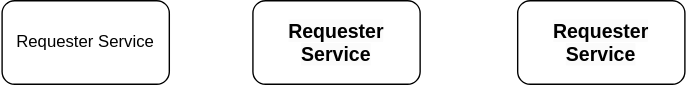
This is images/mlt_arch.svg from jamesvrooney-spring-boot-observability/intro-to-mlt, a draw.io export, as it was before one commit. Source tidied: cells renumbered, new cells last; positions are measured from the earlier drawing's top-left corner, leaving out a move shared by most shapes.
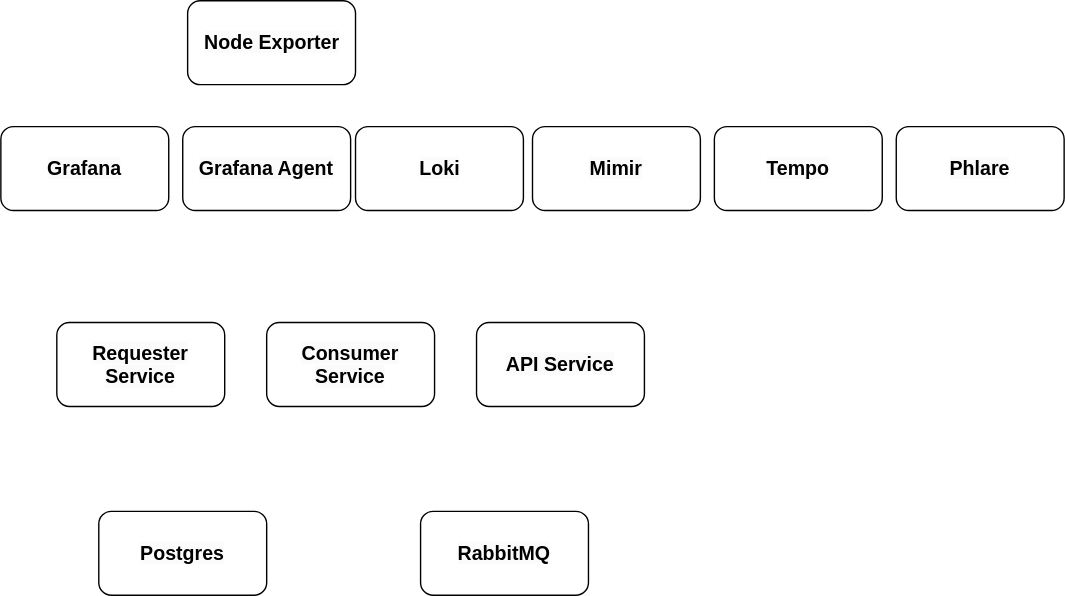
The same diagram one commit later.

Commit message:
Updated architectural diagram.

What changed in the source:
```diff
@@ -2,14 +2,41 @@
   <root>
     <mxCell id="0" />
     <mxCell id="1" parent="0" />
-    <mxCell id="2" value="Requester Service" style="rounded=1;whiteSpace=wrap;html=1;" parent="1" vertex="1">
-      <mxGeometry width="120" height="60" as="geometry" />
-    </mxCell>
-    <mxCell id="3" value="&lt;meta charset=&quot;utf-8&quot;&gt;&lt;span style=&quot;color: rgb(0, 0, 0); font-family: Helvetica; font-size: 14px; font-style: normal; font-variant-ligatures: normal; font-variant-caps: normal; font-weight: 700; letter-spacing: normal; orphans: 2; text-align: center; text-indent: 0px; text-transform: none; widows: 2; word-spacing: 0px; -webkit-text-stroke-width: 0px; background-color: rgb(251, 251, 251); text-decoration-thickness: initial; text-decoration-style: initial; text-decoration-color: initial; float: none; display: inline !important;&quot;&gt;Requester Service&lt;/span&gt;" style="rounded=1;whiteSpace=wrap;html=1;" parent="1" vertex="1">
-      <mxGeometry x="180" width="120" height="60" as="geometry" />
+    <mxCell id="3" value="&lt;span style=&quot;color: rgb(0, 0, 0); font-family: Helvetica; font-size: 14px; font-style: normal; font-variant-ligatures: normal; font-variant-caps: normal; font-weight: 700; letter-spacing: normal; orphans: 2; text-align: center; text-indent: 0px; text-transform: none; widows: 2; word-spacing: 0px; -webkit-text-stroke-width: 0px; background-color: rgb(251, 251, 251); text-decoration-thickness: initial; text-decoration-style: initial; text-decoration-color: initial; float: none; display: inline !important;&quot;&gt;Grafana Agent&lt;/span&gt;" style="rounded=1;whiteSpace=wrap;html=1;" parent="1" vertex="1">
+      <mxGeometry x="90" width="120" height="60" as="geometry" />
     </mxCell>
-    <mxCell id="4" value="&lt;meta charset=&quot;utf-8&quot;&gt;&lt;span style=&quot;color: rgb(0, 0, 0); font-family: Helvetica; font-size: 14px; font-style: normal; font-variant-ligatures: normal; font-variant-caps: normal; font-weight: 700; letter-spacing: normal; orphans: 2; text-align: center; text-indent: 0px; text-transform: none; widows: 2; word-spacing: 0px; -webkit-text-stroke-width: 0px; background-color: rgb(251, 251, 251); text-decoration-thickness: initial; text-decoration-style: initial; text-decoration-color: initial; float: none; display: inline !important;&quot;&gt;Requester Service&lt;/span&gt;" style="rounded=1;whiteSpace=wrap;html=1;" parent="1" vertex="1">
-      <mxGeometry x="370" width="120" height="60" as="geometry" />
+    <mxCell id="4" value="&lt;span style=&quot;color: rgb(0, 0, 0); font-family: Helvetica; font-size: 14px; font-style: normal; font-variant-ligatures: normal; font-variant-caps: normal; font-weight: 700; letter-spacing: normal; orphans: 2; text-align: center; text-indent: 0px; text-transform: none; widows: 2; word-spacing: 0px; -webkit-text-stroke-width: 0px; background-color: rgb(251, 251, 251); text-decoration-thickness: initial; text-decoration-style: initial; text-decoration-color: initial; float: none; display: inline !important;&quot;&gt;Tempo&lt;/span&gt;" style="rounded=1;whiteSpace=wrap;html=1;" parent="1" vertex="1">
+      <mxGeometry x="470" width="120" height="60" as="geometry" />
     </mxCell>
+    <mxCell id="5" value="&lt;span style=&quot;color: rgb(0, 0, 0); font-family: Helvetica; font-size: 14px; font-style: normal; font-variant-ligatures: normal; font-variant-caps: normal; font-weight: 700; letter-spacing: normal; orphans: 2; text-align: center; text-indent: 0px; text-transform: none; widows: 2; word-spacing: 0px; -webkit-text-stroke-width: 0px; background-color: rgb(251, 251, 251); text-decoration-thickness: initial; text-decoration-style: initial; text-decoration-color: initial; float: none; display: inline !important;&quot;&gt;RabbitMQ&lt;/span&gt;" style="rounded=1;whiteSpace=wrap;html=1;" parent="1" vertex="1">
+      <mxGeometry x="260" y="275" width="120" height="60" as="geometry" />
+    </mxCell>
+    <mxCell id="6" value="&lt;span style=&quot;color: rgb(0, 0, 0); font-family: Helvetica; font-size: 14px; font-style: normal; font-variant-ligatures: normal; font-variant-caps: normal; font-weight: 700; letter-spacing: normal; orphans: 2; text-align: center; text-indent: 0px; text-transform: none; widows: 2; word-spacing: 0px; -webkit-text-stroke-width: 0px; background-color: rgb(251, 251, 251); text-decoration-thickness: initial; text-decoration-style: initial; text-decoration-color: initial; float: none; display: inline !important;&quot;&gt;Postgres&lt;/span&gt;" style="rounded=1;whiteSpace=wrap;html=1;" parent="1" vertex="1">
+      <mxGeometry x="30" y="275" width="120" height="60" as="geometry" />
+    </mxCell>
+    <mxCell id="7" value="&lt;span style=&quot;color: rgb(0, 0, 0); font-family: Helvetica; font-size: 14px; font-style: normal; font-variant-ligatures: normal; font-variant-caps: normal; font-weight: 700; letter-spacing: normal; orphans: 2; text-align: center; text-indent: 0px; text-transform: none; widows: 2; word-spacing: 0px; -webkit-text-stroke-width: 0px; background-color: rgb(251, 251, 251); text-decoration-thickness: initial; text-decoration-style: initial; text-decoration-color: initial; float: none; display: inline !important;&quot;&gt;API Service&lt;/span&gt;" style="rounded=1;whiteSpace=wrap;html=1;" parent="1" vertex="1">
+      <mxGeometry x="300" y="140" width="120" height="60" as="geometry" />
+    </mxCell>
+    <mxCell id="8" value="&lt;span style=&quot;color: rgb(0, 0, 0); font-family: Helvetica; font-size: 14px; font-style: normal; font-variant-ligatures: normal; font-variant-caps: normal; font-weight: 700; letter-spacing: normal; orphans: 2; text-align: center; text-indent: 0px; text-transform: none; widows: 2; word-spacing: 0px; -webkit-text-stroke-width: 0px; background-color: rgb(251, 251, 251); text-decoration-thickness: initial; text-decoration-style: initial; text-decoration-color: initial; float: none; display: inline !important;&quot;&gt;Consumer Service&lt;/span&gt;" style="rounded=1;whiteSpace=wrap;html=1;" parent="1" vertex="1">
+      <mxGeometry x="150" y="140" width="120" height="60" as="geometry" />
+    </mxCell>
+    <mxCell id="2" value="&lt;meta charset=&quot;utf-8&quot;&gt;&lt;span style=&quot;color: rgb(0, 0, 0); font-family: Helvetica; font-size: 14px; font-style: normal; font-variant-ligatures: normal; font-variant-caps: normal; font-weight: 700; letter-spacing: normal; orphans: 2; text-align: center; text-indent: 0px; text-transform: none; widows: 2; word-spacing: 0px; -webkit-text-stroke-width: 0px; background-color: rgb(251, 251, 251); text-decoration-thickness: initial; text-decoration-style: initial; text-decoration-color: initial; float: none; display: inline !important;&quot;&gt;Requester Service&lt;/span&gt;" style="rounded=1;whiteSpace=wrap;html=1;" parent="1" vertex="1">
+      <mxGeometry y="140" width="120" height="60" as="geometry" />
+    </mxCell>
+    <mxCell id="9" value="&lt;span style=&quot;color: rgb(0, 0, 0); font-family: Helvetica; font-size: 14px; font-style: normal; font-variant-ligatures: normal; font-variant-caps: normal; font-weight: 700; letter-spacing: normal; orphans: 2; text-align: center; text-indent: 0px; text-transform: none; widows: 2; word-spacing: 0px; -webkit-text-stroke-width: 0px; background-color: rgb(251, 251, 251); text-decoration-thickness: initial; text-decoration-style: initial; text-decoration-color: initial; float: none; display: inline !important;&quot;&gt;Loki&lt;/span&gt;" style="rounded=1;whiteSpace=wrap;html=1;" parent="1" vertex="1">
+      <mxGeometry x="213.5" width="120" height="60" as="geometry" />
+    </mxCell>
+    <mxCell id="10" value="&lt;span style=&quot;color: rgb(0, 0, 0); font-family: Helvetica; font-size: 14px; font-style: normal; font-variant-ligatures: normal; font-variant-caps: normal; font-weight: 700; letter-spacing: normal; orphans: 2; text-align: center; text-indent: 0px; text-transform: none; widows: 2; word-spacing: 0px; -webkit-text-stroke-width: 0px; background-color: rgb(251, 251, 251); text-decoration-thickness: initial; text-decoration-style: initial; text-decoration-color: initial; float: none; display: inline !important;&quot;&gt;Mimir&lt;/span&gt;" style="rounded=1;whiteSpace=wrap;html=1;" parent="1" vertex="1">
+      <mxGeometry x="340" width="120" height="60" as="geometry" />
+    </mxCell>
+    <mxCell id="11" value="&lt;span style=&quot;color: rgb(0, 0, 0); font-family: Helvetica; font-size: 14px; font-style: normal; font-variant-ligatures: normal; font-variant-caps: normal; font-weight: 700; letter-spacing: normal; orphans: 2; text-align: center; text-indent: 0px; text-transform: none; widows: 2; word-spacing: 0px; -webkit-text-stroke-width: 0px; background-color: rgb(251, 251, 251); text-decoration-thickness: initial; text-decoration-style: initial; text-decoration-color: initial; float: none; display: inline !important;&quot;&gt;Phlare&lt;/span&gt;" style="rounded=1;whiteSpace=wrap;html=1;" parent="1" vertex="1">
+      <mxGeometry x="600" width="120" height="60" as="geometry" />
+    </mxCell>
+    <mxCell id="12" value="&lt;span style=&quot;color: rgb(0, 0, 0); font-family: Helvetica; font-size: 14px; font-style: normal; font-variant-ligatures: normal; font-variant-caps: normal; font-weight: 700; letter-spacing: normal; orphans: 2; text-align: center; text-indent: 0px; text-transform: none; widows: 2; word-spacing: 0px; -webkit-text-stroke-width: 0px; background-color: rgb(251, 251, 251); text-decoration-thickness: initial; text-decoration-style: initial; text-decoration-color: initial; float: none; display: inline !important;&quot;&gt;Grafana&lt;/span&gt;" style="rounded=1;whiteSpace=wrap;html=1;" parent="1" vertex="1">
+      <mxGeometry x="-40" width="120" height="60" as="geometry" />
+    </mxCell>
+    <mxCell id="13" value="&lt;span style=&quot;color: rgb(0, 0, 0); font-family: Helvetica; font-size: 14px; font-style: normal; font-variant-ligatures: normal; font-variant-caps: normal; font-weight: 700; letter-spacing: normal; orphans: 2; text-align: center; text-indent: 0px; text-transform: none; widows: 2; word-spacing: 0px; -webkit-text-stroke-width: 0px; background-color: rgb(251, 251, 251); text-decoration-thickness: initial; text-decoration-style: initial; text-decoration-color: initial; float: none; display: inline !important;&quot;&gt;Node Exporter&lt;/span&gt;" style="rounded=1;whiteSpace=wrap;html=1;" parent="1" vertex="1">
+      <mxGeometry x="93.5" y="-90" width="120" height="60" as="geometry" />
+    </mxCell>
   </root>
 </mxGraphModel>
```
